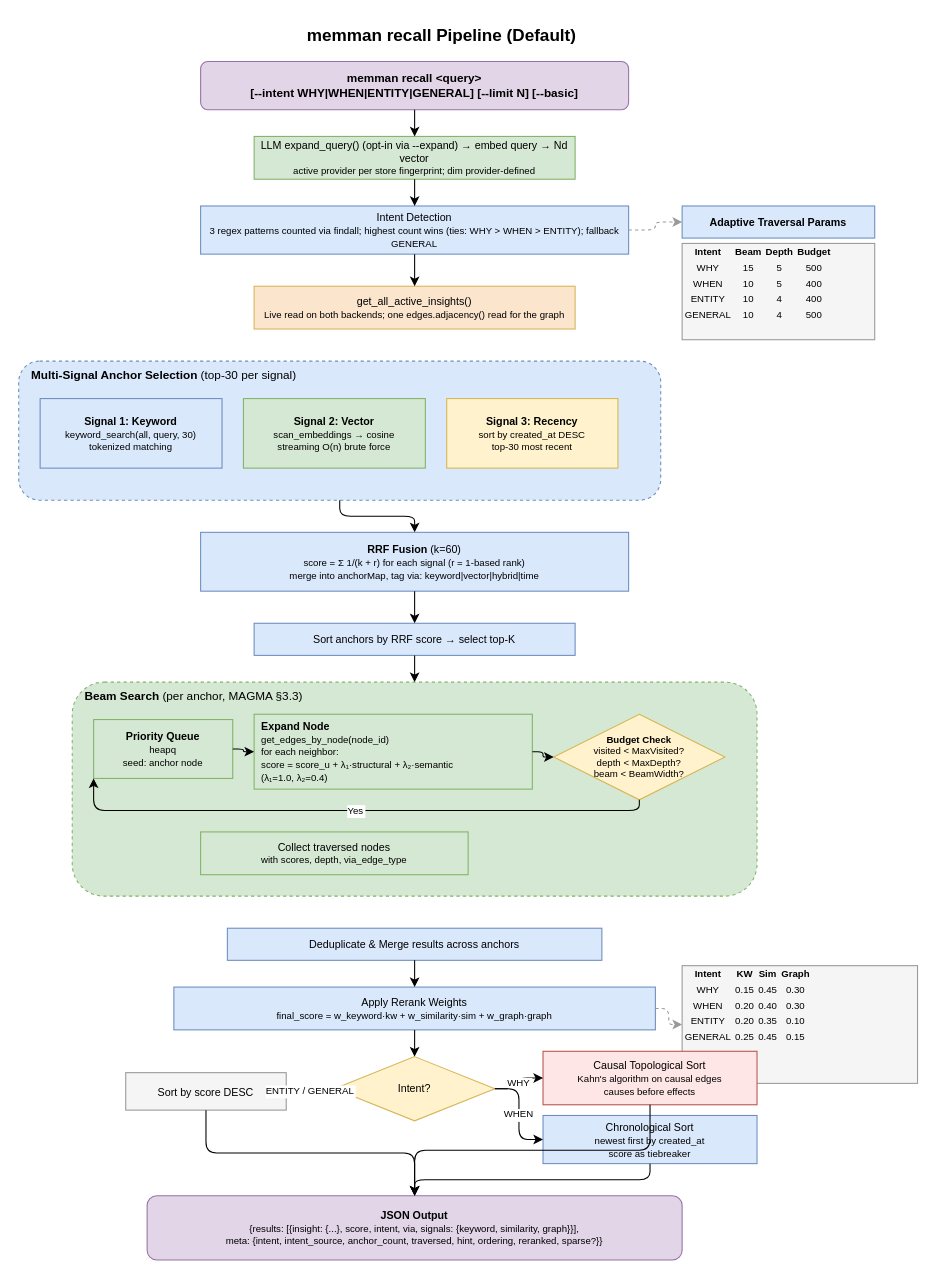
Before: docs/diagrams/03-smart-recall-pipeline.drawio in bissli/memman, a draw.io diagram. Source tidied: cells renumbered, new cells numbered last; positions are measured from the earlier drawing's top-left corner, leaving out a move shared by most shapes. Both pictures are drawn from the tidied source at 107%, with x=0, y=0 at pixel (18, 18).
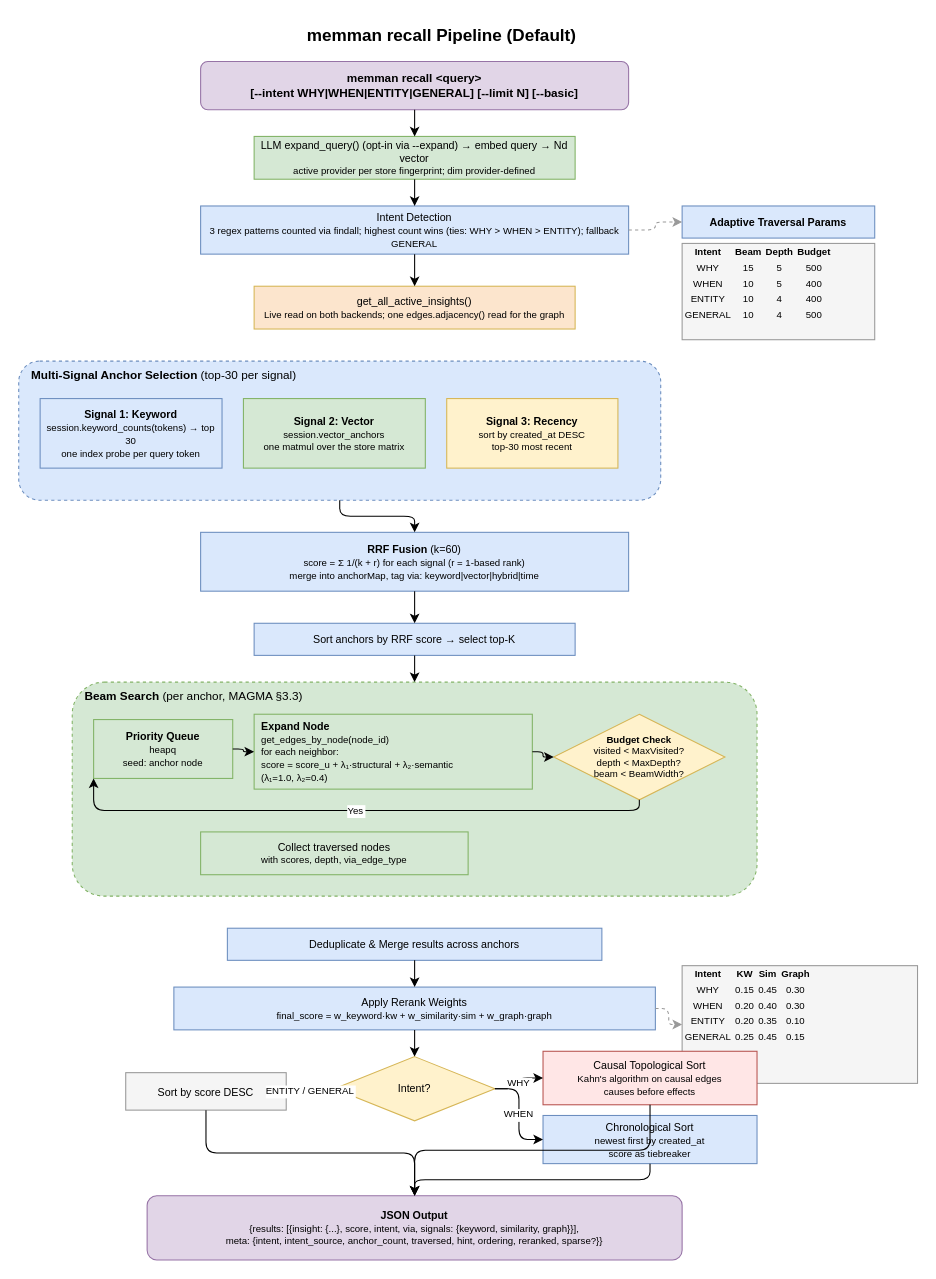
The same page after the edit.

The edit, as a diff of the source:
```diff
@@
-    <mxCell id="14" value="&lt;b&gt;Signal 1: Keyword&lt;/b&gt;&lt;br&gt;&lt;font style=&quot;font-size:9px&quot;&gt;keyword_search(all, query, 30)&lt;br&gt;tokenized matching&lt;/font&gt;" style="rounded=0;whiteSpace=wrap;html=1;fillColor=#dae8fc;strokeColor=#6c8ebf;fontSize=10;" parent="1" vertex="1">
+    <mxCell id="14" value="&lt;b&gt;Signal 1: Keyword&lt;/b&gt;&lt;br&gt;&lt;font style=&quot;font-size:9px&quot;&gt;session.keyword_counts(tokens) &amp;rarr; top 30&lt;br&gt;one index probe per query token&lt;/font&gt;" style="rounded=0;whiteSpace=wrap;html=1;fillColor=#dae8fc;strokeColor=#6c8ebf;fontSize=10;" parent="1" vertex="1">
       <mxGeometry x="20" y="355" width="170" height="65" as="geometry" />
     </mxCell>
-    <mxCell id="15" value="&lt;b&gt;Signal 2: Vector&lt;/b&gt;&lt;br&gt;&lt;font style=&quot;font-size:9px&quot;&gt;scan_embeddings → cosine&lt;br&gt;streaming O(n) brute force&lt;/font&gt;" style="rounded=0;whiteSpace=wrap;html=1;fillColor=#d5e8d4;strokeColor=#82b366;fontSize=10;" parent="1" vertex="1">
+    <mxCell id="15" value="&lt;b&gt;Signal 2: Vector&lt;/b&gt;&lt;br&gt;&lt;font style=&quot;font-size:9px&quot;&gt;session.vector_anchors&lt;br&gt;one matmul over the store matrix&lt;/font&gt;" style="rounded=0;whiteSpace=wrap;html=1;fillColor=#d5e8d4;strokeColor=#82b366;fontSize=10;" parent="1" vertex="1">
       <mxGeometry x="210" y="355" width="170" height="65" as="geometry" />
     </mxCell>
```
